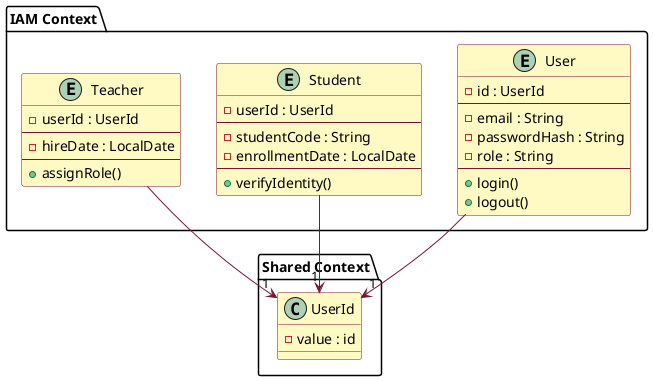
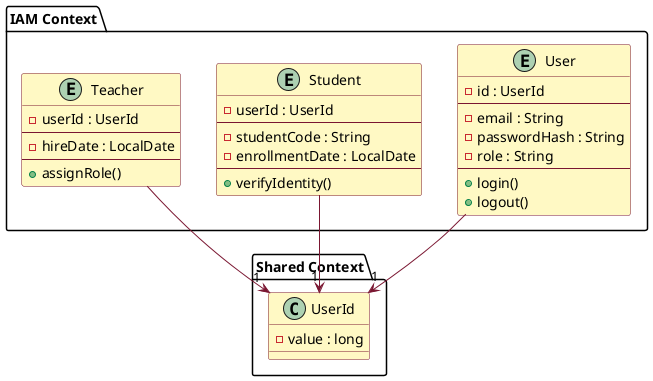
- @startuml IAM Context
+ @startuml "IAM Context"

skinparam class {
  BackgroundColor #FFF9C4
  BorderColor #7A1631
  StereotypeFontColor #2E7D32
}
skinparam Arrow {
  Color #7A1631
}

package "Shared Context" {
    class "UserId" {
-         -value : id
+         -value : long
    }
}

package "IAM Context" {
    entity "User" {
        -id : UserId
        --
        -email : String
        -passwordHash : String
        -role : String
        --
        +login()
        +logout()
    }

    entity "Student" {
        -userId : UserId
        --
        -studentCode : String
        -enrollmentDate : LocalDate
        --
        +verifyIdentity()
    }

    entity "Teacher" {
        -userId : UserId
        --
        -hireDate : LocalDate
        --
        +assignRole()
    }
}

User --> "1" UserId
Student --> "1" UserId
Teacher --> "1" UserId
@enduml